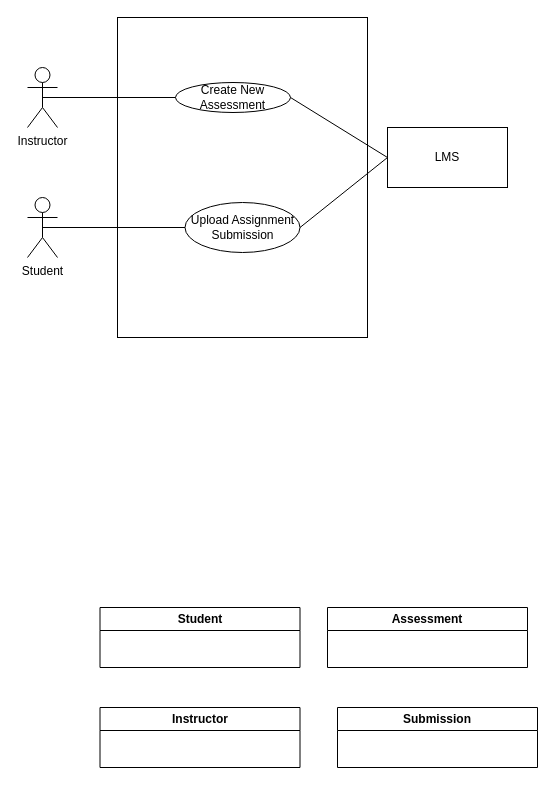
This is domain_model_Workshop_2.drawio from antonykimuom/SWEN30006-2025-SM1-workshop1-tuew05-14-00-team-12, a draw.io file, before an edit. Source tidied: cells renumbered, new cells numbered last; positions are measured from the earlier drawing's top-left corner, leaving out a move shared by most shapes. Both pictures are drawn from the tidied source at 100%, with x=0, y=0 at pixel (27, 17).
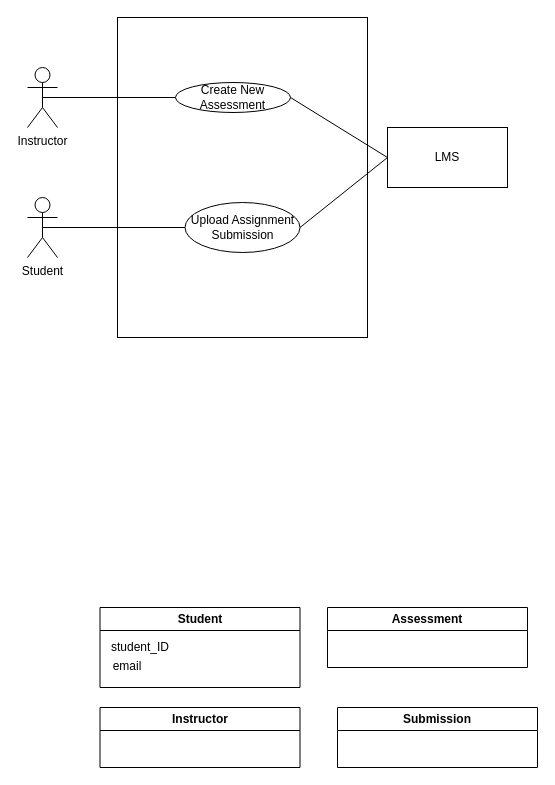
Above is the later version.

Commit message:
added attributes to student

What changed in the source:
```diff
@@
 <mxGraphModel>
   <root>
     <mxCell id="0" />
     <mxCell id="1" parent="0" />
     <mxCell id="2" style="rounded=0;whiteSpace=wrap;html=1;" parent="1" vertex="1">
       <mxGeometry x="90" width="250" height="320" as="geometry" />
     </mxCell>
     <mxCell id="3" value="Instructor" style="shape=umlActor;verticalLabelPosition=bottom;verticalAlign=top;html=1;outlineConnect=0;" parent="1" vertex="1">
       <mxGeometry y="50" width="30" height="60" as="geometry" />
     </mxCell>
     <mxCell id="4" value="Student" style="shape=umlActor;verticalLabelPosition=bottom;verticalAlign=top;html=1;outlineConnect=0;" parent="1" vertex="1">
       <mxGeometry y="180" width="30" height="60" as="geometry" />
     </mxCell>
     <mxCell id="5" value="LMS" style="rounded=0;whiteSpace=wrap;html=1;" parent="1" vertex="1">
       <mxGeometry x="360" y="110" width="120" height="60" as="geometry" />
     </mxCell>
     <mxCell id="6" value="Create New Assessment" style="ellipse;whiteSpace=wrap;html=1;" parent="1" vertex="1">
       <mxGeometry x="148" y="65" width="115" height="30" as="geometry" />
     </mxCell>
     <mxCell id="7" style="endArrow=none;html=1;rounded=0;exitX=0.5;exitY=0.5;exitDx=0;exitDy=0;exitPerimeter=0;entryX=0;entryY=0.5;entryDx=0;entryDy=0;" parent="1" edge="1" source="3" target="6">
       <mxGeometry relative="1" as="geometry" />
     </mxCell>
     <mxCell id="8" style="endArrow=none;html=1;rounded=0;exitX=0;exitY=0.5;exitDx=0;exitDy=0;entryX=1;entryY=0.5;entryDx=0;entryDy=0;" parent="1" edge="1" source="5" target="6">
       <mxGeometry relative="1" as="geometry" />
     </mxCell>
     <mxCell id="9" value="Upload Assignment Submission" style="ellipse;whiteSpace=wrap;html=1;" parent="1" vertex="1">
       <mxGeometry x="157.5" y="185" width="115" height="50" as="geometry" />
     </mxCell>
     <mxCell id="10" style="endArrow=none;html=1;rounded=0;exitX=0.5;exitY=0.5;exitDx=0;exitDy=0;exitPerimeter=0;entryX=0;entryY=0.5;entryDx=0;entryDy=0;" parent="1" edge="1" source="4" target="9">
       <mxGeometry relative="1" as="geometry" />
     </mxCell>
     <mxCell id="11" style="endArrow=none;html=1;rounded=0;entryX=1;entryY=0.5;entryDx=0;entryDy=0;exitX=0;exitY=0.5;exitDx=0;exitDy=0;" parent="1" edge="1" source="5" target="9">
       <mxGeometry relative="1" as="geometry" />
     </mxCell>
     <mxCell id="12" value="Student" style="swimlane;whiteSpace=wrap;html=1;" parent="1" vertex="1">
-      <mxGeometry x="72.5" y="590" width="200" height="60" as="geometry" />
+      <mxGeometry x="72.5" y="590" width="200" height="80" as="geometry" />
     </mxCell>
+    <mxCell id="16" value="email" style="text;html=1;align=center;verticalAlign=middle;whiteSpace=wrap;rounded=0;" parent="12" vertex="1">
+      <mxGeometry x="-2.5" y="44" width="60" height="30" as="geometry" />
+    </mxCell>
+    <mxCell id="17" value="student_ID" style="text;strokeColor=none;fillColor=none;align=left;verticalAlign=middle;spacingLeft=4;spacingRight=4;overflow=hidden;whiteSpace=wrap;html=1;" parent="12" vertex="1">
+      <mxGeometry x="5" y="25" width="80" height="30" as="geometry" />
+    </mxCell>
     <mxCell id="13" value="Instructor" style="swimlane;whiteSpace=wrap;html=1;" parent="1" vertex="1">
       <mxGeometry x="72.5" y="690" width="200" height="60" as="geometry" />
     </mxCell>
     <mxCell id="14" value="Assessment" style="swimlane;whiteSpace=wrap;html=1;" parent="1" vertex="1">
       <mxGeometry x="300" y="590" width="200" height="60" as="geometry" />
     </mxCell>
     <mxCell id="15" value="Submission" style="swimlane;whiteSpace=wrap;html=1;" parent="1" vertex="1">
       <mxGeometry x="310" y="690" width="200" height="60" as="geometry" />
     </mxCell>
   </root>
 </mxGraphModel>
```
